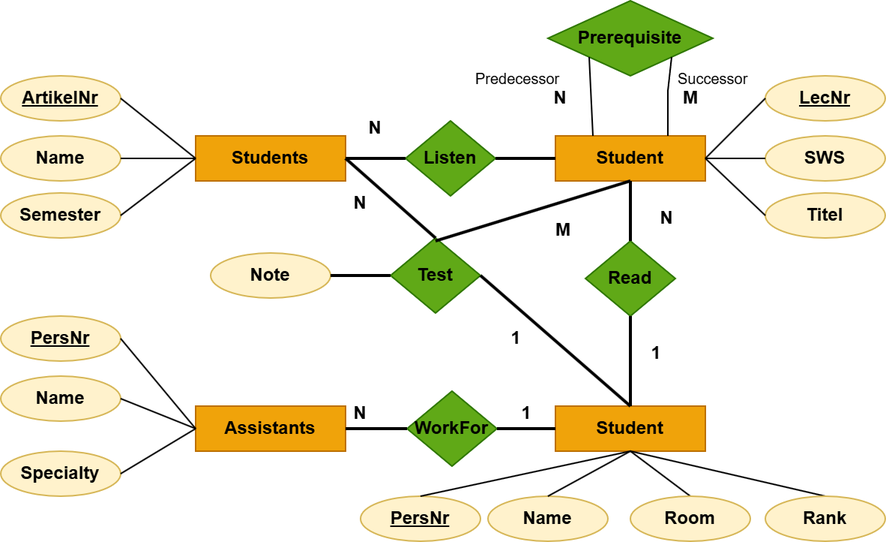
NhiNguyenAI/Databank_University_Structure_SQL keeps this draw.io diagram as image/ER_Diagramm.png. Above is the earlier version. Source tidied: cells renumbered, new cells last; positions are measured from the earlier drawing's top-left corner, leaving out a move shared by most shapes.
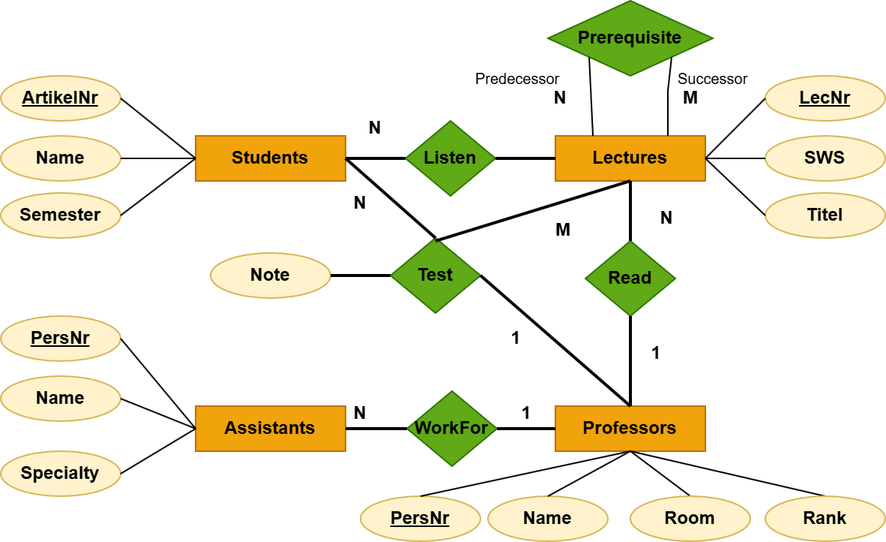
The same diagram one commit later.

Diff of the diagram source:
```diff
@@ -32,10 +32,10 @@
     <mxCell id="11" value="Listen" style="rhombus;whiteSpace=wrap;html=1;fillColor=#60a917;fontColor=#000000;strokeColor=#2D7600;fontStyle=1;" parent="1" vertex="1">
       <mxGeometry x="270" y="80" width="60" height="50" as="geometry" />
     </mxCell>
-    <mxCell id="12" value="Student" style="rounded=0;whiteSpace=wrap;html=1;fillColor=#f0a30a;strokeColor=#BD7000;fontColor=#000000;fontStyle=1;" parent="1" vertex="1">
+    <mxCell id="12" value="Lectures" style="rounded=0;whiteSpace=wrap;html=1;fillColor=#f0a30a;strokeColor=#BD7000;fontColor=#000000;fontStyle=1;" parent="1" vertex="1">
       <mxGeometry x="370" y="90" width="100" height="30" as="geometry" />
     </mxCell>
-    <mxCell id="13" value="Student" style="rounded=0;whiteSpace=wrap;html=1;fillColor=#f0a30a;strokeColor=#BD7000;fontColor=#000000;fontStyle=1;" parent="1" vertex="1">
+    <mxCell id="13" value="Professors" style="rounded=0;whiteSpace=wrap;html=1;fillColor=#f0a30a;strokeColor=#BD7000;fontColor=#000000;fontStyle=1;" parent="1" vertex="1">
       <mxGeometry x="370" y="270" width="100" height="30" as="geometry" />
     </mxCell>
     <mxCell id="14" value="Assistants" style="rounded=0;whiteSpace=wrap;html=1;fillColor=#f0a30a;strokeColor=#BD7000;fontColor=#000000;fontStyle=1;" parent="1" vertex="1">
```
